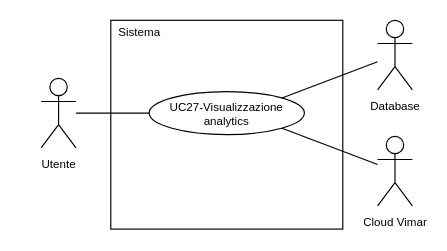
SnakeByteTeam/snakebyteteam.github.io keeps this draw.io diagram as 2-RTB/Documenti_esterni/Analisi_dei_requisiti/draw.io/UC27.drawio. Above is the earlier version. Source tidied: cells renumbered, new cells numbered last; positions are measured from the earlier drawing's top-left corner, leaving out a move shared by most shapes. Both pictures are drawn from the tidied source at 116%, with x=0, y=0 at pixel (41, 20).
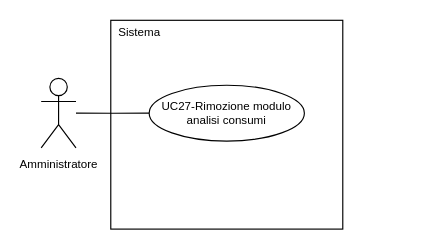
The same page after the edit.

The edit, as a diff of the source:
```diff
@@
 <mxGraphModel>
   <root>
     <mxCell id="0" />
     <mxCell id="1" parent="0" />
-    <mxCell id="2" value="&lt;font style=&quot;font-size: 10px; line-height: 100%;&quot;&gt;Utente&lt;/font&gt;" style="shape=umlActor;verticalLabelPosition=bottom;verticalAlign=top;html=1;outlineConnect=0;" parent="1" vertex="1">
+    <mxCell id="2" value="&lt;font style=&quot;font-size: 10px; line-height: 100%;&quot;&gt;Amministratore&lt;/font&gt;" style="shape=umlActor;verticalLabelPosition=bottom;verticalAlign=top;html=1;outlineConnect=0;" parent="1" vertex="1">
       <mxGeometry y="50" width="30" height="60" as="geometry" />
     </mxCell>
     <mxCell id="3" style="rounded=0;whiteSpace=wrap;html=1;" parent="1" vertex="1">
       <mxGeometry x="60" width="200" height="180" as="geometry" />
     </mxCell>
     <mxCell id="4" style="edgeStyle=orthogonalEdgeStyle;rounded=0;jettySize=auto;html=1;exitX=0;exitY=0.5;exitDx=0;exitDy=0;endArrow=none;endFill=0;" parent="1" edge="1" source="5" target="2">
       <mxGeometry relative="1" as="geometry" />
     </mxCell>
-    <mxCell id="5" value="&lt;div style=&quot;line-height: 100%;&quot;&gt;&lt;font style=&quot;line-height: 100%; font-size: 10px;&quot;&gt;UC27-Visualizzazione&lt;br&gt;&lt;/font&gt;&lt;/div&gt;&lt;div style=&quot;line-height: 100%;&quot;&gt;&lt;font style=&quot;line-height: 100%; font-size: 10px;&quot;&gt;analytics&lt;/font&gt;&lt;/div&gt;" style="ellipse;whiteSpace=wrap;html=1;" parent="1" vertex="1">
-      <mxGeometry x="93.1" y="61.5" width="133.8" height="37" as="geometry" />
+    <mxCell id="5" value="&lt;div style=&quot;line-height: 100%;&quot;&gt;&lt;font style=&quot;line-height: 100%; font-size: 10px;&quot;&gt;UC27-Rimozione modulo&lt;/font&gt;&lt;/div&gt;&lt;div style=&quot;line-height: 100%;&quot;&gt;&lt;span style=&quot;font-size: 10px;&quot;&gt;analisi consumi&lt;/span&gt;&lt;/div&gt;" style="ellipse;whiteSpace=wrap;html=1;" parent="1" vertex="1">
+      <mxGeometry x="93.1" y="56" width="133.8" height="48.1" as="geometry" />
     </mxCell>
     <mxCell id="6" value="&lt;font style=&quot;font-size: 10px;&quot;&gt;Sistema&lt;/font&gt;" style="text;html=1;whiteSpace=wrap;strokeColor=none;fillColor=none;align=center;verticalAlign=middle;rounded=0;" parent="1" vertex="1">
       <mxGeometry x="60" width="50" height="20" as="geometry" />
     </mxCell>
-    <mxCell id="7" style="rounded=0;jettySize=auto;html=1;entryX=1;entryY=0;entryDx=0;entryDy=0;endArrow=none;endFill=0;" parent="1" edge="1" source="8" target="5">
-      <mxGeometry relative="1" as="geometry" />
-    </mxCell>
-    <mxCell id="8" value="&lt;font style=&quot;font-size: 10px; line-height: 100%;&quot;&gt;Database&lt;/font&gt;" style="shape=umlActor;verticalLabelPosition=bottom;verticalAlign=top;html=1;outlineConnect=0;" parent="1" vertex="1">
-      <mxGeometry x="290" width="30" height="60" as="geometry" />
-    </mxCell>
-    <mxCell id="9" style="rounded=0;jettySize=auto;html=1;entryX=1;entryY=1;entryDx=0;entryDy=0;endArrow=none;endFill=0;" parent="1" edge="1" source="10" target="5">
-      <mxGeometry relative="1" as="geometry" />
-    </mxCell>
-    <mxCell id="10" value="&lt;font style=&quot;font-size: 10px; line-height: 100%;&quot;&gt;Cloud Vimar&lt;/font&gt;" style="shape=umlActor;verticalLabelPosition=bottom;verticalAlign=top;html=1;outlineConnect=0;" parent="1" vertex="1">
-      <mxGeometry x="290" y="100" width="30" height="60" as="geometry" />
-    </mxCell>
   </root>
 </mxGraphModel>
```
